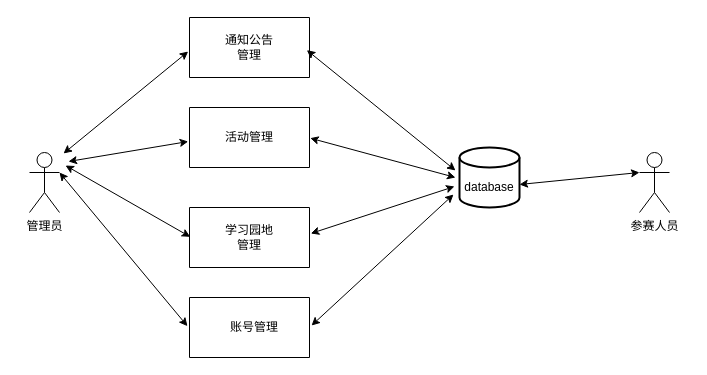
The draw.io diagram 未命名绘图.drawio in zandaZY/zanda-001, before the edit. Source tidied: cells renumbered, new cells numbered last; positions are measured from the earlier drawing's top-left corner, leaving out a move shared by most shapes. Both pictures are drawn from the tidied source at 100%, with x=0, y=0 at pixel (29, 17).
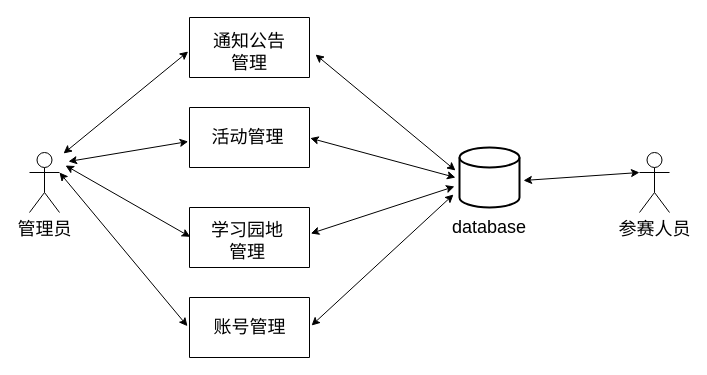
After the change.

Change to the diagram source:
```diff
@@
-    <mxCell id="2" value="管理员" style="shape=umlActor;verticalLabelPosition=bottom;verticalAlign=top;html=1;" parent="1" vertex="1">
+    <mxCell id="2" value="管理员" style="shape=umlActor;verticalLabelPosition=bottom;verticalAlign=top;html=1;fontSize=18;" parent="1" vertex="1">
       <mxGeometry y="135" width="30" height="60" as="geometry" />
     </mxCell>
-    <mxCell id="3" value="参赛人员" style="shape=umlActor;verticalLabelPosition=bottom;verticalAlign=top;html=1;" parent="1" vertex="1">
+    <mxCell id="3" value="参赛人员" style="shape=umlActor;verticalLabelPosition=bottom;verticalAlign=top;html=1;fontSize=18;" parent="1" vertex="1">
       <mxGeometry x="610" y="135" width="30" height="60" as="geometry" />
     </mxCell>
-    <mxCell id="4" style="verticalLabelPosition=bottom;verticalAlign=top;html=1;shape=mxgraph.basic.rect;fillColor2=none;strokeWidth=1;size=20;indent=5;" parent="1" vertex="1">
+    <mxCell id="4" style="verticalLabelPosition=bottom;verticalAlign=top;html=1;shape=mxgraph.basic.rect;fillColor2=none;strokeWidth=1;size=20;indent=5;fontSize=18;" parent="1" vertex="1">
       <mxGeometry x="160" width="120" height="60" as="geometry" />
     </mxCell>
-    <mxCell id="5" value="通知公告管理" style="text;html=1;align=center;verticalAlign=middle;whiteSpace=wrap;rounded=0;" parent="1" vertex="1">
-      <mxGeometry x="190" y="15" width="60" height="30" as="geometry" />
+    <mxCell id="5" value="通知公告管理" style="text;html=1;align=center;verticalAlign=middle;whiteSpace=wrap;rounded=0;fontSize=18;" parent="1" vertex="1">
+      <mxGeometry x="179" y="20" width="82" height="30" as="geometry" />
     </mxCell>
-    <mxCell id="6" style="strokeWidth=2;html=1;shape=mxgraph.flowchart.database;whiteSpace=wrap;" parent="1" vertex="1">
+    <mxCell id="6" style="strokeWidth=2;html=1;shape=mxgraph.flowchart.database;whiteSpace=wrap;fontSize=18;" parent="1" vertex="1">
       <mxGeometry x="430" y="130" width="60" height="60" as="geometry" />
     </mxCell>
-    <mxCell id="7" value="database" style="text;html=1;align=center;verticalAlign=middle;whiteSpace=wrap;rounded=0;" parent="1" vertex="1">
-      <mxGeometry x="430" y="155" width="60" height="30" as="geometry" />
+    <mxCell id="7" value="database" style="text;html=1;align=center;verticalAlign=middle;whiteSpace=wrap;rounded=0;fontSize=18;" parent="1" vertex="1">
+      <mxGeometry x="430" y="195" width="60" height="30" as="geometry" />
     </mxCell>
-    <mxCell id="8" style="verticalLabelPosition=bottom;verticalAlign=top;html=1;shape=mxgraph.basic.rect;fillColor2=none;strokeWidth=1;size=20;indent=5;" parent="1" vertex="1">
+    <mxCell id="8" style="verticalLabelPosition=bottom;verticalAlign=top;html=1;shape=mxgraph.basic.rect;fillColor2=none;strokeWidth=1;size=20;indent=5;fontSize=18;" parent="1" vertex="1">
       <mxGeometry x="160" y="90" width="120" height="60" as="geometry" />
     </mxCell>
-    <mxCell id="9" value="活动管理" style="text;html=1;align=center;verticalAlign=middle;whiteSpace=wrap;rounded=0;" parent="1" vertex="1">
-      <mxGeometry x="190" y="105" width="60" height="30" as="geometry" />
+    <mxCell id="9" value="活动管理" style="text;html=1;align=center;verticalAlign=middle;whiteSpace=wrap;rounded=0;fontSize=18;" parent="1" vertex="1">
+      <mxGeometry x="177" y="105" width="83" height="30" as="geometry" />
     </mxCell>
-    <mxCell id="10" style="verticalLabelPosition=bottom;verticalAlign=top;html=1;shape=mxgraph.basic.rect;fillColor2=none;strokeWidth=1;size=20;indent=5;" parent="1" vertex="1">
+    <mxCell id="10" style="verticalLabelPosition=bottom;verticalAlign=top;html=1;shape=mxgraph.basic.rect;fillColor2=none;strokeWidth=1;size=20;indent=5;fontSize=18;" parent="1" vertex="1">
       <mxGeometry x="160" y="190" width="120" height="60" as="geometry" />
     </mxCell>
-    <mxCell id="11" value="学习园地管理" style="text;html=1;align=center;verticalAlign=middle;whiteSpace=wrap;rounded=0;" parent="1" vertex="1">
-      <mxGeometry x="190" y="205" width="60" height="30" as="geometry" />
+    <mxCell id="11" value="学习园地管理" style="text;html=1;align=center;verticalAlign=middle;whiteSpace=wrap;rounded=0;fontSize=18;" parent="1" vertex="1">
+      <mxGeometry x="179" y="209" width="78" height="30" as="geometry" />
     </mxCell>
-    <mxCell id="12" style="verticalLabelPosition=bottom;verticalAlign=top;html=1;shape=mxgraph.basic.rect;fillColor2=none;strokeWidth=1;size=20;indent=5;" parent="1" vertex="1">
+    <mxCell id="12" style="verticalLabelPosition=bottom;verticalAlign=top;html=1;shape=mxgraph.basic.rect;fillColor2=none;strokeWidth=1;size=20;indent=5;fontSize=18;" parent="1" vertex="1">
       <mxGeometry x="160" y="280" width="120" height="60" as="geometry" />
     </mxCell>
-    <mxCell id="13" value="账号管理" style="text;html=1;align=center;verticalAlign=middle;whiteSpace=wrap;rounded=0;" parent="1" vertex="1">
-      <mxGeometry x="190" y="295" width="70" height="30" as="geometry" />
+    <mxCell id="13" value="账号管理" style="text;html=1;align=center;verticalAlign=middle;whiteSpace=wrap;rounded=0;fontSize=18;" parent="1" vertex="1">
+      <mxGeometry x="179" y="295" width="83" height="30" as="geometry" />
     </mxCell>
-    <mxCell id="14" style="endArrow=classic;startArrow=classic;html=1;rounded=0;entryX=-0.011;entryY=0.567;entryDx=0;entryDy=0;entryPerimeter=0;" parent="1" edge="1" target="4">
+    <mxCell id="14" style="endArrow=classic;startArrow=classic;html=1;rounded=0;entryX=-0.011;entryY=0.567;entryDx=0;entryDy=0;entryPerimeter=0;fontSize=18;" parent="1" edge="1" target="4">
       <mxGeometry relative="1" as="geometry">
         <mxPoint x="34" y="136" as="sourcePoint" />
       </mxGeometry>
     </mxCell>
-    <mxCell id="15" style="endArrow=classic;startArrow=classic;html=1;rounded=0;entryX=-0.011;entryY=0.567;entryDx=0;entryDy=0;entryPerimeter=0;" parent="1" edge="1" target="8">
+    <mxCell id="15" style="endArrow=classic;startArrow=classic;html=1;rounded=0;entryX=-0.011;entryY=0.567;entryDx=0;entryDy=0;entryPerimeter=0;fontSize=18;" parent="1" edge="1" target="8">
       <mxGeometry relative="1" as="geometry">
         <mxPoint x="39" y="144" as="sourcePoint" />
       </mxGeometry>
     </mxCell>
-    <mxCell id="16" style="endArrow=classic;startArrow=classic;html=1;rounded=0;entryX=-0.017;entryY=0.478;entryDx=0;entryDy=0;entryPerimeter=0;exitX=1;exitY=0.3333333333333333;exitDx=0;exitDy=0;exitPerimeter=0;" parent="1" edge="1" source="2" target="12">
+    <mxCell id="16" style="endArrow=classic;startArrow=classic;html=1;rounded=0;entryX=-0.017;entryY=0.478;entryDx=0;entryDy=0;entryPerimeter=0;exitX=1;exitY=0.3333333333333333;exitDx=0;exitDy=0;exitPerimeter=0;fontSize=18;" parent="1" edge="1" source="2" target="12">
       <mxGeometry relative="1" as="geometry" />
     </mxCell>
-    <mxCell id="17" style="endArrow=classic;startArrow=classic;html=1;rounded=0;entryX=0.006;entryY=0.489;entryDx=0;entryDy=0;entryPerimeter=0;" parent="1" edge="1" target="10">
+    <mxCell id="17" style="endArrow=classic;startArrow=classic;html=1;rounded=0;entryX=0.006;entryY=0.489;entryDx=0;entryDy=0;entryPerimeter=0;fontSize=18;" parent="1" edge="1" target="10">
       <mxGeometry relative="1" as="geometry">
         <mxPoint x="36" y="148" as="sourcePoint" />
       </mxGeometry>
     </mxCell>
-    <mxCell id="18" style="endArrow=classic;startArrow=classic;html=1;rounded=0;entryX=0;entryY=0.3333333333333333;entryDx=0;entryDy=0;entryPerimeter=0;" parent="1" edge="1" source="7" target="3">
-      <mxGeometry relative="1" as="geometry" />
+    <mxCell id="18" style="endArrow=classic;startArrow=classic;html=1;rounded=0;entryX=0;entryY=0.3333333333333333;entryDx=0;entryDy=0;entryPerimeter=0;fontSize=18;" parent="1" edge="1" target="3">
+      <mxGeometry relative="1" as="geometry">
+        <mxPoint x="494" y="163" as="sourcePoint" />
+      </mxGeometry>
     </mxCell>
-    <mxCell id="19" style="endArrow=classic;startArrow=classic;html=1;rounded=0;exitX=1.006;exitY=0.511;exitDx=0;exitDy=0;exitPerimeter=0;" parent="1" edge="1" source="8">
+    <mxCell id="19" style="endArrow=classic;startArrow=classic;html=1;rounded=0;exitX=1.006;exitY=0.511;exitDx=0;exitDy=0;exitPerimeter=0;fontSize=18;" parent="1" edge="1" source="8">
       <mxGeometry relative="1" as="geometry">
         <mxPoint x="426" y="160" as="targetPoint" />
       </mxGeometry>
     </mxCell>
-    <mxCell id="20" style="endArrow=classic;startArrow=classic;html=1;rounded=0;exitX=1.011;exitY=0.433;exitDx=0;exitDy=0;exitPerimeter=0;" parent="1" edge="1" source="10">
+    <mxCell id="20" style="endArrow=classic;startArrow=classic;html=1;rounded=0;exitX=1.011;exitY=0.433;exitDx=0;exitDy=0;exitPerimeter=0;fontSize=18;" parent="1" edge="1" source="10">
       <mxGeometry relative="1" as="geometry">
         <mxPoint x="425" y="169" as="targetPoint" />
       </mxGeometry>
     </mxCell>
-    <mxCell id="21" style="endArrow=classic;startArrow=classic;html=1;rounded=0;exitX=1.017;exitY=0.467;exitDx=0;exitDy=0;exitPerimeter=0;" parent="1" edge="1" source="12">
+    <mxCell id="21" style="endArrow=classic;startArrow=classic;html=1;rounded=0;exitX=1.017;exitY=0.467;exitDx=0;exitDy=0;exitPerimeter=0;fontSize=18;" parent="1" edge="1" source="12">
       <mxGeometry relative="1" as="geometry">
         <mxPoint x="424" y="177" as="targetPoint" />
       </mxGeometry>
     </mxCell>
-    <mxCell id="22" style="endArrow=classic;startArrow=classic;html=1;rounded=0;exitX=0.978;exitY=0.544;exitDx=0;exitDy=0;exitPerimeter=0;" parent="1" edge="1" source="4">
+    <mxCell id="22" style="endArrow=classic;startArrow=classic;html=1;rounded=0;fontSize=18;" parent="1" edge="1">
       <mxGeometry relative="1" as="geometry">
+        <mxPoint x="286" y="37" as="sourcePoint" />
         <mxPoint x="426" y="153" as="targetPoint" />
       </mxGeometry>
     </mxCell>
```
